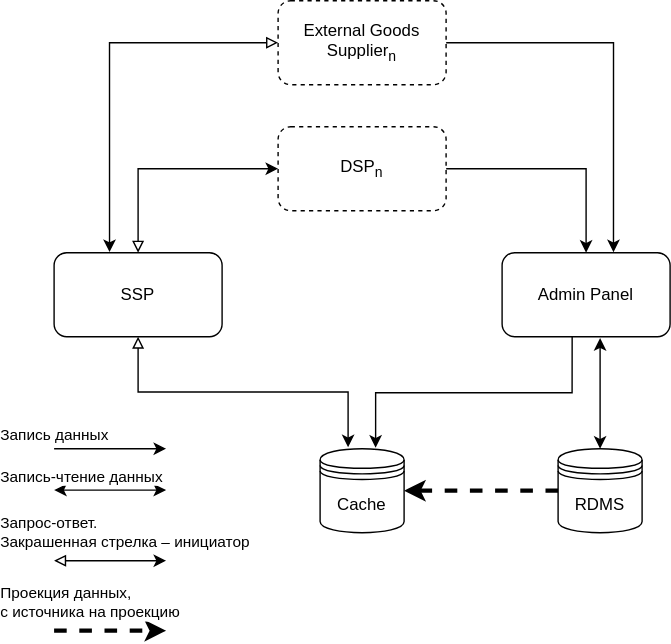
Before: general-architecture.svg, a diagram exported from draw.io (eutkin/diagrams). Source tidied: cells renumbered, new cells last; positions are measured from the earlier drawing's top-left corner, leaving out a move shared by most shapes.
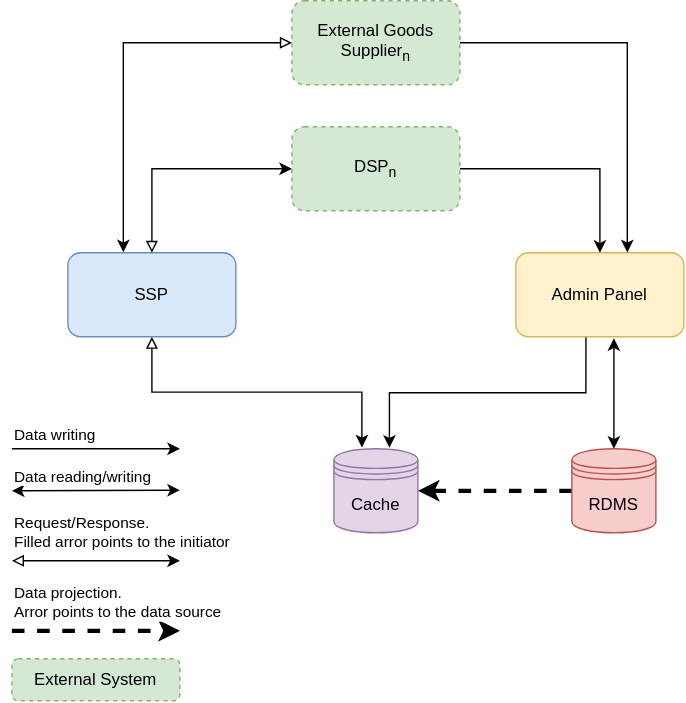
The same diagram one commit later.

Diff of the diagram source:
```diff
@@ -7,7 +7,7 @@
         <mxPoint x="210" y="319" as="targetPoint" />
       </mxGeometry>
     </mxCell>
-    <mxCell id="3" value="SSP" style="rounded=1;whiteSpace=wrap;html=1;" parent="1" vertex="1">
+    <mxCell id="3" value="SSP" style="rounded=1;whiteSpace=wrap;html=1;fillColor=#dae8fc;strokeColor=#6c8ebf;" parent="1" vertex="1">
       <mxGeometry y="180" width="120" height="60" as="geometry" />
     </mxCell>
     <mxCell id="4" style="edgeStyle=orthogonalEdgeStyle;rounded=0;jettySize=auto;html=1;entryX=0.5;entryY=0;entryDx=0;entryDy=0;startArrow=classic;startFill=1;" parent="1" edge="1" target="8">
@@ -18,16 +18,16 @@
     <mxCell id="5" style="edgeStyle=orthogonalEdgeStyle;rounded=0;jettySize=auto;html=1;entryX=0.661;entryY=-0.012;entryDx=0;entryDy=0;startArrow=none;startFill=0;exitX=0.417;exitY=1;exitDx=0;exitDy=0;entryPerimeter=0;exitPerimeter=0;endArrow=classic;endFill=1;" parent="1" edge="1" source="6" target="9">
       <mxGeometry relative="1" as="geometry" />
     </mxCell>
-    <mxCell id="6" value="Admin Panel" style="rounded=1;whiteSpace=wrap;html=1;" parent="1" vertex="1">
+    <mxCell id="6" value="Admin Panel" style="rounded=1;whiteSpace=wrap;html=1;fillColor=#fff2cc;strokeColor=#d6b656;" parent="1" vertex="1">
       <mxGeometry x="320" y="180" width="120" height="60" as="geometry" />
     </mxCell>
     <mxCell id="7" style="edgeStyle=orthogonalEdgeStyle;rounded=0;jettySize=auto;html=1;entryX=1;entryY=0.5;entryDx=0;entryDy=0;startArrow=none;startFill=0;endArrow=classic;endFill=1;dashed=1;strokeWidth=3;" parent="1" edge="1" source="8" target="9">
       <mxGeometry relative="1" as="geometry" />
     </mxCell>
-    <mxCell id="8" value="RDMS" style="shape=datastore;whiteSpace=wrap;html=1;" parent="1" vertex="1">
+    <mxCell id="8" value="RDMS" style="shape=datastore;whiteSpace=wrap;html=1;fillColor=#f8cecc;strokeColor=#b85450;" parent="1" vertex="1">
       <mxGeometry x="360" y="320" width="60" height="60" as="geometry" />
     </mxCell>
-    <mxCell id="9" value="Cache" style="shape=datastore;whiteSpace=wrap;html=1;" parent="1" vertex="1">
+    <mxCell id="9" value="Cache" style="shape=datastore;whiteSpace=wrap;html=1;fillColor=#e1d5e7;strokeColor=#9673a6;" parent="1" vertex="1">
       <mxGeometry x="190" y="320" width="60" height="60" as="geometry" />
     </mxCell>
     <mxCell id="10" style="edgeStyle=orthogonalEdgeStyle;rounded=0;jettySize=auto;html=1;entryX=0.5;entryY=0;entryDx=0;entryDy=0;startArrow=classic;startFill=1;endArrow=block;endFill=0;strokeWidth=1;" parent="1" edge="1" source="12" target="3">
@@ -36,7 +36,7 @@
     <mxCell id="11" style="edgeStyle=orthogonalEdgeStyle;rounded=0;jettySize=auto;html=1;entryX=0.5;entryY=0;entryDx=0;entryDy=0;startArrow=none;startFill=0;endArrow=classic;endFill=1;strokeWidth=1;" parent="1" edge="1" source="12" target="6">
       <mxGeometry relative="1" as="geometry" />
     </mxCell>
-    <mxCell id="12" value="DSP&lt;sub&gt;n&lt;/sub&gt;" style="rounded=1;whiteSpace=wrap;html=1;dashed=1;" parent="1" vertex="1">
+    <mxCell id="12" value="DSP&lt;sub&gt;n&lt;/sub&gt;" style="rounded=1;whiteSpace=wrap;html=1;dashed=1;fillColor=#d5e8d4;strokeColor=#82b366;" parent="1" vertex="1">
       <mxGeometry x="160" y="90" width="120" height="60" as="geometry" />
     </mxCell>
     <mxCell id="13" style="edgeStyle=orthogonalEdgeStyle;rounded=0;jettySize=auto;html=1;startArrow=block;startFill=0;endArrow=classic;endFill=1;strokeWidth=1;entryX=0.33;entryY=-0.007;entryDx=0;entryDy=0;entryPerimeter=0;" parent="1" edge="1" source="15" target="3">
@@ -45,52 +45,55 @@
     <mxCell id="14" style="edgeStyle=orthogonalEdgeStyle;rounded=0;jettySize=auto;html=1;entryX=0.663;entryY=-0.005;entryDx=0;entryDy=0;entryPerimeter=0;startArrow=none;startFill=0;endArrow=classic;endFill=1;strokeWidth=1;" parent="1" edge="1" source="15" target="6">
       <mxGeometry relative="1" as="geometry" />
     </mxCell>
-    <mxCell id="15" value="External Goods Supplier&lt;sub&gt;n&lt;/sub&gt;" style="rounded=1;whiteSpace=wrap;html=1;dashed=1;" parent="1" vertex="1">
+    <mxCell id="15" value="External Goods Supplier&lt;sub&gt;n&lt;/sub&gt;" style="rounded=1;whiteSpace=wrap;html=1;dashed=1;fillColor=#d5e8d4;strokeColor=#82b366;" parent="1" vertex="1">
       <mxGeometry x="160" width="120" height="60" as="geometry" />
     </mxCell>
     <mxCell id="16" style="endArrow=classic;html=1;strokeWidth=1;" parent="1" edge="1">
       <mxGeometry relative="1" as="geometry">
-        <mxPoint y="320" as="sourcePoint" />
+        <mxPoint x="-40" y="320" as="sourcePoint" />
         <mxPoint x="80" y="320" as="targetPoint" />
       </mxGeometry>
     </mxCell>
-    <mxCell id="17" value="&lt;div&gt;Запись данных&lt;/div&gt;" style="edgeLabel;html=1;align=left;verticalAlign=middle;" parent="16" vertex="1">
+    <mxCell id="17" value="Data writing" style="edgeLabel;html=1;align=left;verticalAlign=middle;" parent="16" vertex="1">
       <mxGeometry x="-0.49" y="-4" relative="1" as="geometry">
-        <mxPoint x="-60" y="-14" as="offset" />
+        <mxPoint x="-30.8" y="-14" as="offset" />
       </mxGeometry>
     </mxCell>
     <mxCell id="18" style="endArrow=classic;html=1;strokeWidth=1;endFill=1;startArrow=block;startFill=0;" parent="1" edge="1">
       <mxGeometry relative="1" as="geometry">
-        <mxPoint y="400" as="sourcePoint" />
+        <mxPoint x="-40" y="400" as="sourcePoint" />
         <mxPoint x="80" y="400" as="targetPoint" />
       </mxGeometry>
     </mxCell>
-    <mxCell id="19" value="Запрос-ответ. &lt;br&gt;Закрашенная стрелка – инициатор" style="edgeLabel;html=1;align=left;verticalAlign=middle;" parent="18" vertex="1">
+    <mxCell id="19" value="Request/Response.&amp;nbsp;&lt;br&gt;Filled arror points to the initiator" style="edgeLabel;html=1;align=left;verticalAlign=middle;" parent="18" vertex="1">
       <mxGeometry x="0.07" y="1" relative="1" as="geometry">
-        <mxPoint x="-82.5" y="-19" as="offset" />
+        <mxPoint x="-64.2" y="-19" as="offset" />
       </mxGeometry>
     </mxCell>
     <mxCell id="20" style="endArrow=classic;startArrow=classic;html=1;strokeWidth=1;" parent="1" edge="1">
       <mxGeometry relative="1" as="geometry">
-        <mxPoint y="349.6" as="sourcePoint" />
+        <mxPoint x="-40" y="350" as="sourcePoint" />
         <mxPoint x="80" y="349.6" as="targetPoint" />
       </mxGeometry>
     </mxCell>
-    <mxCell id="21" value="Запись-чтение данных" style="edgeLabel;html=1;align=left;verticalAlign=middle;" parent="20" vertex="1">
+    <mxCell id="21" value="Data reading/writing" style="edgeLabel;html=1;align=left;verticalAlign=middle;" parent="20" vertex="1">
       <mxGeometry x="-0.07" relative="1" as="geometry">
-        <mxPoint x="-76.7" y="-10" as="offset" />
+        <mxPoint x="-55.8" y="-10" as="offset" />
       </mxGeometry>
     </mxCell>
     <mxCell id="22" style="endArrow=classic;html=1;strokeWidth=3;dashed=1;" parent="1" edge="1">
       <mxGeometry relative="1" as="geometry">
-        <mxPoint y="450" as="sourcePoint" />
+        <mxPoint x="-40" y="450" as="sourcePoint" />
         <mxPoint x="80" y="450" as="targetPoint" />
       </mxGeometry>
     </mxCell>
-    <mxCell id="23" value="Проекция данных, &lt;br&gt;с источника на проекцию" style="edgeLabel;html=1;align=left;verticalAlign=middle;" parent="22" vertex="1">
+    <mxCell id="23" value="Data projection. &lt;br&gt;Arror points to the data source" style="edgeLabel;html=1;align=left;verticalAlign=middle;" parent="22" vertex="1">
       <mxGeometry x="-0.41" y="5" relative="1" as="geometry">
-        <mxPoint x="-63.3" y="-15" as="offset" />
+        <mxPoint x="-35.8" y="-15" as="offset" />
       </mxGeometry>
     </mxCell>
+    <mxCell id="24" value="External System" style="rounded=1;whiteSpace=wrap;html=1;dashed=1;fillColor=#d5e8d4;strokeColor=#82b366;" parent="1" vertex="1">
+      <mxGeometry x="-40" y="470" width="120" height="30" as="geometry" />
+    </mxCell>
   </root>
 </mxGraphModel>
```
